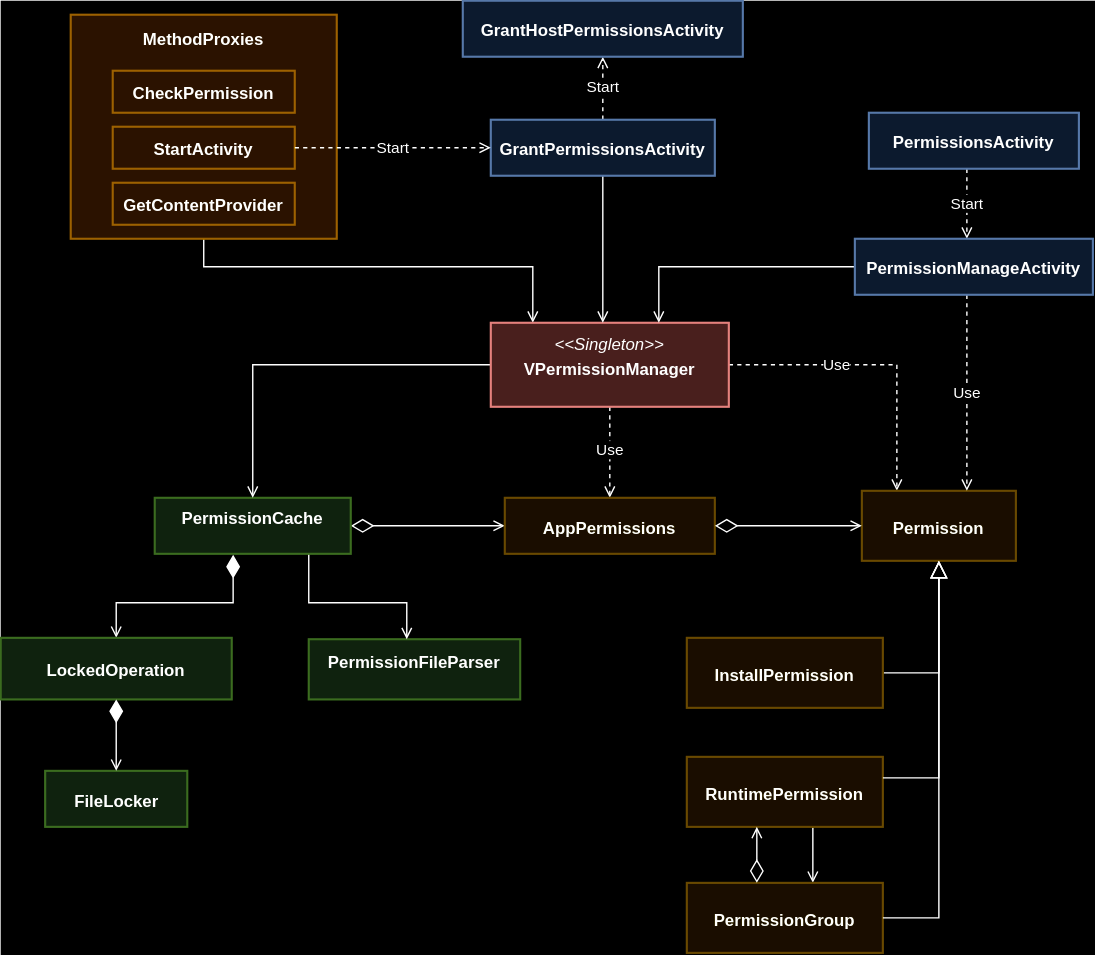
This is images/virtual-classes.svg from alberto-lazari/masters-thesis, a draw.io export, as it was before one commit. Source tidied: cells renumbered, new cells last; positions are measured from the earlier drawing's top-left corner, leaving out a move shared by most shapes.
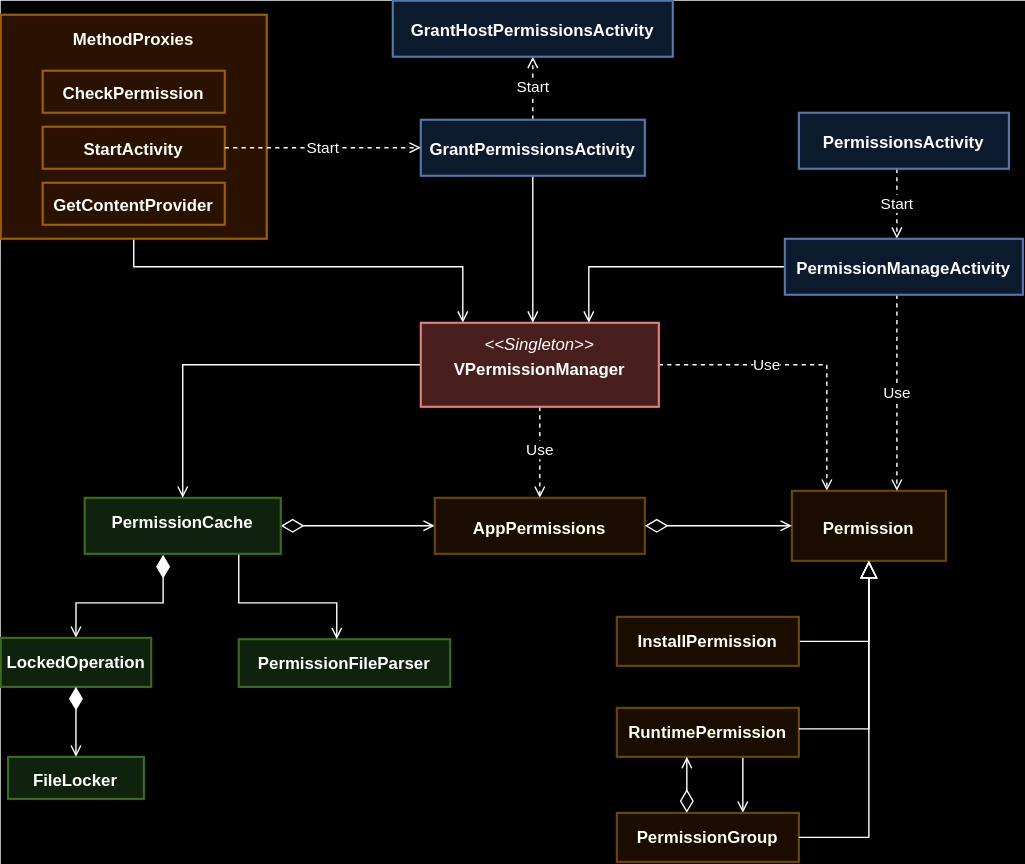
Above is the later version.

Commit message:
Smaller classes

Diff of the diagram source:
```diff
@@ -13,8 +13,8 @@
     <mxCell id="3" value="&lt;p style=&quot;margin: 4px 0px 0px;&quot;&gt;&lt;b&gt;MethodProxies&lt;/b&gt;&lt;/p&gt;" style="html=1;whiteSpace=wrap;strokeWidth=1.5;comic=0;strokeColor=#d79b00;align=center;verticalAlign=top;fontFamily=Helvetica;fontSize=12;fillColor=#ffe6cc;" parent="1" vertex="1">
       <mxGeometry x="50" y="10" width="190" height="160" as="geometry" />
     </mxCell>
-    <mxCell id="4" value="&lt;p style=&quot;margin: 4px 0px 0px;&quot;&gt;&lt;b&gt;PermissionFileParser&lt;/b&gt;&lt;/p&gt;&lt;p style=&quot;margin: 0px 0px 0px 4px;&quot;&gt;&lt;span style=&quot;caret-color: rgba(0, 0, 0, 0); color: rgba(0, 0, 0, 0); font-family: monospace; font-size: 0px; white-space: nowrap;&quot;&gt;3CmxGraphModel%3E%3Croot%3E%3CmxCell%20id%3D%220%22%2F%3E%3CmxCell%20id%3D%221%22%20parent%3D%220%22%2F%3E%3CmxCell%20id%3D%222%22%20value%3D%22%26lt%3Bp%20style%3D%26quot%3Bmargin%3A0px%3Bmargin-top%3A4px%3Btext-align%3Acenter%3B%26quot%3B%26gt%3B%26lt%3Bb%26gt%3BPermissionManagerServiceImpl%26lt%3B%2Fb%26gt%3B%26lt%3B%2Fp%26gt%3B%26lt%3Bhr%20size%3D%26quot%3B1%26quot%3B%20style%3D%26quot%3Bborder-style%3Asolid%3B%26quot%3B%26gt%3B%26lt%3Bp%20style%3D%26quot%3Bmargin%3A0px%3Bmargin-left%3A4px%3B%26quot%3B%26gt%3B%26lt%3Bbr%26gt%3B%26lt%3B%2Fp%26gt%3B%26lt%3Bhr%20size%3D%26quot%3B1%26quot%3B%20style%3D%26quot%3Bborder-style%3Asolid%3B%26quot%3B%26gt%3B%26lt%3Bp%20style%3D%26quot%3Bmargin%3A0px%3Bmargin-left%3A4px%3B%26quot%3B%26gt%3B%2B%20restorePermissionState()%26lt%3B%2Fp%26gt%3B%22%20style%3D%22verticalAlign%3Dtop%3Balign%3Dleft%3Boverflow%3Dfill%3Bhtml%3D1%3BwhiteSpace%3Dwrap%3B%22%20vertex%3D%221%22%20parent%3D%221%22%3E%3CmxGeometry%20x%3D%22460%22%20y%3D%22305%22%20width%3D%22200%22%20height%3D%2290%22%20as%3D%22geometry%22%2F%3E%3C%2FmxCell%3E%3C%2Froot%3E%3C%2FmxGraphModel%&lt;/span&gt;&lt;/p&gt;" style="html=1;whiteSpace=wrap;strokeWidth=1.5;comic=0;strokeColor=#82b366;align=center;verticalAlign=middle;fontFamily=Helvetica;fontSize=12;fillColor=#d5e8d4;" parent="1" vertex="1">
-      <mxGeometry x="220" y="456" width="151" height="43" as="geometry" />
+    <mxCell id="4" value="&lt;p style=&quot;margin: 4px 0px 0px;&quot;&gt;&lt;b&gt;PermissionFileParser&lt;/b&gt;&lt;/p&gt;&lt;p style=&quot;margin: 0px 0px 0px 4px;&quot;&gt;&lt;span style=&quot;caret-color: rgba(0, 0, 0, 0); color: rgba(0, 0, 0, 0); font-family: monospace; font-size: 0px; white-space: nowrap;&quot;&gt;3CmxGraphModel%3E%3Croot%3E%3CmxCell%20id%3D%220%22%2F%3E%3CmxCell%20id%3D%221%22%20parent%3D%220%22%2F%3E%3CmxCell%20id%3D%222%22%20value%3D%22%26lt%3Bp%20style%3D%26quot%3Bmargin%3A0px%3Bmargin-top%3A4px%3Btext-align%3Acenter%3B%26quot%3B%26gt%3B%26lt%3Bb%26gt%3BPermissionManagerServiceImpl%26lt%3B%2Fb%26gt%3B%26lt%3B%2Fp%26gt%3B%26lt%3Bhr%20size%3D%26quot%3B1%26quot%3B%20style%3D%26quot%3Bborder-style%3Asolid%3B%26quot%3B%26gt%3B%26lt%3Bp%20style%3D%26quot%3Bmargin%3A0px%3Bmargin-left%3A4px%3B%26quot%3B%26gt%3B%26lt%3Bbr%26gt%3B%26lt%3B%2Fp%26gt%3B%26lt%3Bhr%20size%3D%26quot%3B1%26quot%3B%20style%3D%26quot%3Bborder-style%3Asolid%3B%26quot%3B%26gt%3B%26lt%3Bp%20style%3D%26quot%3Bmargin%3A0px%3Bmargin-left%3A4px%3B%26quot%3B%26gt%3B%2B%20restorePermissionState()%26lt%3B%2Fp%26gt%3B%22%20style%3D%22verticalAlign%3Dtop%3Balign%3Dleft%3Boverflow%3Dfill%3Bhtml%3D1%3BwhiteSpace%3Dwrap%3B%22%20vertex%3D%221%22%20parent%3D%221%22%3E%3CmxGeometry%20x%3D%22460%22%20y%3D%22305%22%20width%3D%22200%22%20height%3D%2290%22%20as%3D%22geometry%22%2F%3E%3C%2FmxCell%3E%3C%2Froot%3E%3C%2FmxGraphModel%&lt;/span&gt;&lt;/p&gt;" style="html=1;whiteSpace=wrap;strokeWidth=1.5;comic=0;strokeColor=#82b366;align=center;verticalAlign=top;fontFamily=Helvetica;fontSize=12;fillColor=#d5e8d4;" parent="1" vertex="1">
+      <mxGeometry x="220" y="456" width="151" height="34" as="geometry" />
     </mxCell>
     <mxCell id="5" style="edgeStyle=orthogonalEdgeStyle;rounded=0;jettySize=auto;html=1;entryX=0.5;entryY=0;entryDx=0;entryDy=0;startArrow=diamondThin;startFill=1;endArrow=open;endFill=0;startSize=14;exitX=0.4;exitY=1.017;exitDx=0;exitDy=0;exitPerimeter=0;" parent="1" edge="1" source="8" target="13">
       <mxGeometry relative="1" as="geometry" />
@@ -30,7 +30,7 @@
     <mxCell id="7" style="edgeStyle=orthogonalEdgeStyle;rounded=0;jettySize=auto;html=1;entryX=0;entryY=0.5;entryDx=0;entryDy=0;endArrow=open;endFill=0;startArrow=diamondThin;startFill=0;startSize=14;" parent="1" edge="1" source="8" target="15">
       <mxGeometry relative="1" as="geometry" />
     </mxCell>
-    <mxCell id="8" value="&lt;p style=&quot;margin: 4px 0px 0px;&quot;&gt;&lt;b&gt;PermissionCache&lt;/b&gt;&lt;/p&gt;&lt;p style=&quot;margin: 0px 0px 0px 4px;&quot;&gt;&lt;span style=&quot;caret-color: rgba(0, 0, 0, 0); color: rgba(0, 0, 0, 0); font-family: monospace; font-size: 0px; white-space: nowrap;&quot;&gt;3CmxGraphModel%3E%3Croot%3E%3CmxCell%20id%3D%220%22%2F%3E%3CmxCell%20id%3D%221%22%20parent%3D%220%22%2F%3E%3CmxCell%20id%3D%222%22%20value%3D%22%26lt%3Bp%20style%3D%26quot%3Bmargin%3A0px%3Bmargin-top%3A4px%3Btext-align%3Acenter%3B%26quot%3B%26gt%3B%26lt%3Bb%26gt%3BPermissionManagerServiceImpl%26lt%3B%2Fb%26gt%3B%26lt%3B%2Fp%26gt%3B%26lt%3Bhr%20size%3D%26quot%3B1%26quot%3B%20style%3D%26quot%3Bborder-style%3Asolid%3B%26quot%3B%26gt%3B%26lt%3Bp%20style%3D%26quot%3Bmargin%3A0px%3Bmargin-left%3A4px%3B%26quot%3B%26gt%3B%26lt%3Bbr%26gt%3B%26lt%3B%2Fp%26gt%3B%26lt%3Bhr%20size%3D%26quot%3B1%26quot%3B%20style%3D%26quot%3Bborder-style%3Asolid%3B%26quot%3B%26gt%3B%26lt%3Bp%20style%3D%26quot%3Bmargin%3A0px%3Bmargin-left%3A4px%3B%26quot%3B%26gt%3B%2B%20restorePermissionState()%26lt%3B%2Fp%26gt%3B%22%20style%3D%22verticalAlign%3Dtop%3Balign%3Dleft%3Boverflow%3Dfill%3Bhtml%3D1%3BwhiteSpace%3Dwrap%3B%22%20vertex%3D%221%22%20parent%3D%221%22%3E%3CmxGeometry%20x%3D%22460%22%20y%3D%22305%22%20width%3D%22200%22%20height%3D%2290%22%20as%3D%22geometry%22%2F%3E%3C%2FmxCell%3E%3C%2Froot%3E%3C%2FmxGraphModel%&lt;/span&gt;&lt;/p&gt;" style="html=1;whiteSpace=wrap;strokeWidth=1.5;comic=0;strokeColor=#82b366;align=center;verticalAlign=middle;fontFamily=Helvetica;fontSize=12;fillColor=#d5e8d4;" parent="1" vertex="1">
+    <mxCell id="8" value="&lt;p style=&quot;margin: 4px 0px 0px;&quot;&gt;&lt;b&gt;PermissionCache&lt;/b&gt;&lt;/p&gt;&lt;p style=&quot;margin: 0px 0px 0px 4px;&quot;&gt;&lt;span style=&quot;caret-color: rgba(0, 0, 0, 0); color: rgba(0, 0, 0, 0); font-family: monospace; font-size: 0px; white-space: nowrap;&quot;&gt;3CmxGraphModel%3E%3Croot%3E%3CmxCell%20id%3D%220%22%2F%3E%3CmxCell%20id%3D%221%22%20parent%3D%220%22%2F%3E%3CmxCell%20id%3D%222%22%20value%3D%22%26lt%3Bp%20style%3D%26quot%3Bmargin%3A0px%3Bmargin-top%3A4px%3Btext-align%3Acenter%3B%26quot%3B%26gt%3B%26lt%3Bb%26gt%3BPermissionManagerServiceImpl%26lt%3B%2Fb%26gt%3B%26lt%3B%2Fp%26gt%3B%26lt%3Bhr%20size%3D%26quot%3B1%26quot%3B%20style%3D%26quot%3Bborder-style%3Asolid%3B%26quot%3B%26gt%3B%26lt%3Bp%20style%3D%26quot%3Bmargin%3A0px%3Bmargin-left%3A4px%3B%26quot%3B%26gt%3B%26lt%3Bbr%26gt%3B%26lt%3B%2Fp%26gt%3B%26lt%3Bhr%20size%3D%26quot%3B1%26quot%3B%20style%3D%26quot%3Bborder-style%3Asolid%3B%26quot%3B%26gt%3B%26lt%3Bp%20style%3D%26quot%3Bmargin%3A0px%3Bmargin-left%3A4px%3B%26quot%3B%26gt%3B%2B%20restorePermissionState()%26lt%3B%2Fp%26gt%3B%22%20style%3D%22verticalAlign%3Dtop%3Balign%3Dleft%3Boverflow%3Dfill%3Bhtml%3D1%3BwhiteSpace%3Dwrap%3B%22%20vertex%3D%221%22%20parent%3D%221%22%3E%3CmxGeometry%20x%3D%22460%22%20y%3D%22305%22%20width%3D%22200%22%20height%3D%2290%22%20as%3D%22geometry%22%2F%3E%3C%2FmxCell%3E%3C%2Froot%3E%3C%2FmxGraphModel%&lt;/span&gt;&lt;/p&gt;" style="html=1;whiteSpace=wrap;strokeWidth=1.5;comic=0;strokeColor=#82b366;align=center;verticalAlign=top;fontFamily=Helvetica;fontSize=12;fillColor=#d5e8d4;" parent="1" vertex="1">
       <mxGeometry x="110" y="355" width="140" height="40" as="geometry" />
     </mxCell>
     <mxCell id="9" style="edgeStyle=orthogonalEdgeStyle;rounded=0;jettySize=auto;html=1;endArrow=open;endFill=0;" parent="1" edge="1" source="12" target="8">
@@ -58,11 +58,11 @@
     <mxCell id="12" value="&lt;p style=&quot;margin: 4px 0px 0px;&quot;&gt;&lt;i&gt;&amp;lt;&amp;lt;Singleton&amp;gt;&amp;gt;&lt;/i&gt;&lt;/p&gt;&lt;p style=&quot;margin: 4px 0px 0px;&quot;&gt;&lt;b&gt;VPermissionManager&lt;/b&gt;&lt;/p&gt;&lt;p style=&quot;text-align: left; margin: 0px 0px 0px 4px;&quot;&gt;&lt;span style=&quot;caret-color: rgba(0, 0, 0, 0); color: rgba(0, 0, 0, 0); font-family: monospace; font-size: 0px; white-space: nowrap;&quot;&gt;%3CmxGraphModel%3E%3Croot%3E%3CmxCell%20id%3D%220%22%2F%3E%3CmxCell%20id%3D%221%22%20parent%3D%220%22%2F%3E%3CmxCell%20id%3D%222%22%20value%3D%22%26lt%3Bp%20style%3D%26quot%3Bmargin%3A0px%3Bmargin-top%3A4px%3Btext-align%3Acenter%3B%26quot%3B%26gt%3B%26lt%3Bb%26gt%3BPermissionManagerServiceImpl%26lt%3B%2Fb%26gt%3B%26lt%3B%2Fp%26gt%3B%26lt%3Bhr%20size%3D%26quot%3B1%26quot%3B%20style%3D%26quot%3Bborder-style%3Asolid%3B%26quot%3B%26gt%3B%26lt%3Bp%20style%3D%26quot%3Bmargin%3A0px%3Bmargin-left%3A4px%3B%26quot%3B%26gt%3B%26lt%3Bbr%26gt%3B%26lt%3B%2Fp%26gt%3B%26lt%3Bhr%20size%3D%26quot%3B1%26quot%3B%20style%3D%26quot%3Bborder-style%3Asolid%3B%26quot%3B%26gt%3B%26lt%3Bp%20style%3D%26quot%3Bmargin%3A0px%3Bmargin-left%3A4px%3B%26quot%3B%26gt%3B%2B%20restorePermissionState()%26lt%3B%2Fp%26gt%3B%22%20style%3D%22verticalAlign%3Dtop%3Balign%3Dleft%3Boverflow%3Dfill%3Bhtml%3D1%3BwhiteSpace%3Dwrap%3B%22%20vertex%3D%221%22%20parent%3D%221%22%3E%3CmxGeometry%20x%3D%22460%22%20y%3D%22305%22%20width%3D%22200%22%20height%3D%2290%22%20as%3D%22geometry%22%2F%3E%3C%2FmxCell%3E%3C%2Froot%3E%3C%2FmxGraphModel%&lt;/span&gt;&lt;/p&gt;" style="html=1;whiteSpace=wrap;strokeWidth=1.5;comic=0;strokeColor=#b85450;align=center;verticalAlign=middle;fontFamily=Helvetica;fontSize=12;fillColor=#f8cecc;" parent="1" vertex="1">
       <mxGeometry x="350" y="230" width="170" height="60" as="geometry" />
     </mxCell>
-    <mxCell id="13" value="&lt;p style=&quot;margin: 4px 0px 0px;&quot;&gt;&lt;b&gt;LockedOperation&lt;/b&gt;&lt;/p&gt;" style="html=1;whiteSpace=wrap;strokeWidth=1.5;comic=0;strokeColor=#82b366;align=center;verticalAlign=middle;fontFamily=Helvetica;fontSize=12;fillColor=#d5e8d4;" parent="1" vertex="1">
-      <mxGeometry y="455" width="165" height="44" as="geometry" />
+    <mxCell id="13" value="&lt;p style=&quot;margin: 4px 0px 0px;&quot;&gt;&lt;b&gt;LockedOperation&lt;/b&gt;&lt;/p&gt;" style="html=1;whiteSpace=wrap;strokeWidth=1.5;comic=0;strokeColor=#82b366;align=center;verticalAlign=top;fontFamily=Helvetica;fontSize=12;fillColor=#d5e8d4;" parent="1" vertex="1">
+      <mxGeometry x="50" y="455" width="107.5" height="35" as="geometry" />
     </mxCell>
     <mxCell id="14" value="&lt;p style=&quot;margin: 4px 0px 0px;&quot;&gt;&lt;b&gt;FileLocker&lt;/b&gt;&lt;/p&gt;" style="html=1;whiteSpace=wrap;strokeWidth=1.5;comic=0;strokeColor=#82b366;align=center;verticalAlign=middle;fontFamily=Helvetica;fontSize=12;fillColor=#d5e8d4;" parent="1" vertex="1">
-      <mxGeometry x="31.8" y="550" width="101.5" height="40" as="geometry" />
+      <mxGeometry x="55.2" y="540" width="97" height="30" as="geometry" />
     </mxCell>
     <mxCell id="15" value="&lt;p style=&quot;margin: 4px 0px 0px;&quot;&gt;&lt;b&gt;AppPermissions&lt;/b&gt;&lt;/p&gt;" style="html=1;whiteSpace=wrap;strokeWidth=1.5;comic=0;strokeColor=#d6b656;align=center;verticalAlign=middle;fontFamily=Helvetica;fontSize=12;fillColor=#fff2cc;" parent="1" vertex="1">
       <mxGeometry x="360" y="355" width="150" height="40" as="geometry" />
@@ -73,26 +73,26 @@
     <mxCell id="17" style="edgeStyle=orthogonalEdgeStyle;rounded=0;jettySize=auto;html=1;endArrow=block;endFill=0;endSize=10;" parent="1" edge="1" source="18" target="16">
       <mxGeometry relative="1" as="geometry">
         <Array as="points">
-          <mxPoint x="670" y="480" />
+          <mxPoint x="670" y="458" />
         </Array>
       </mxGeometry>
     </mxCell>
-    <mxCell id="18" value="&lt;p style=&quot;margin: 4px 0px 0px;&quot;&gt;&lt;b&gt;InstallPermission&lt;/b&gt;&lt;/p&gt;" style="html=1;whiteSpace=wrap;strokeWidth=1.5;comic=0;strokeColor=#d6b656;align=center;verticalAlign=middle;fontFamily=Helvetica;fontSize=12;fillColor=#fff2cc;" parent="1" vertex="1">
-      <mxGeometry x="490" y="455" width="140" height="50" as="geometry" />
+    <mxCell id="18" value="&lt;p style=&quot;margin: 4px 0px 0px;&quot;&gt;&lt;b&gt;InstallPermission&lt;/b&gt;&lt;/p&gt;" style="html=1;whiteSpace=wrap;strokeWidth=1.5;comic=0;strokeColor=#d6b656;align=center;verticalAlign=top;fontFamily=Helvetica;fontSize=12;fillColor=#fff2cc;" parent="1" vertex="1">
+      <mxGeometry x="490" y="440" width="130" height="35" as="geometry" />
     </mxCell>
     <mxCell id="19" style="edgeStyle=orthogonalEdgeStyle;rounded=0;jettySize=auto;html=1;endArrow=open;endFill=0;" parent="1" edge="1" source="20" target="21">
       <mxGeometry relative="1" as="geometry">
         <Array as="points">
-          <mxPoint x="580" y="600" />
-          <mxPoint x="580" y="600" />
+          <mxPoint x="580" y="565" />
+          <mxPoint x="580" y="565" />
         </Array>
       </mxGeometry>
     </mxCell>
-    <mxCell id="20" value="&lt;p style=&quot;margin: 4px 0px 0px;&quot;&gt;&lt;b&gt;RuntimePermission&lt;/b&gt;&lt;/p&gt;" style="html=1;whiteSpace=wrap;strokeWidth=1.5;comic=0;strokeColor=#d6b656;align=center;verticalAlign=middle;fontFamily=Helvetica;fontSize=12;fillColor=#fff2cc;" parent="1" vertex="1">
-      <mxGeometry x="490" y="540" width="140" height="50" as="geometry" />
+    <mxCell id="20" value="&lt;p style=&quot;margin: 4px 0px 0px;&quot;&gt;&lt;b&gt;RuntimePermission&lt;/b&gt;&lt;/p&gt;" style="html=1;whiteSpace=wrap;strokeWidth=1.5;comic=0;strokeColor=#d6b656;align=center;verticalAlign=top;fontFamily=Helvetica;fontSize=12;fillColor=#fff2cc;" parent="1" vertex="1">
+      <mxGeometry x="490" y="505" width="130" height="35" as="geometry" />
     </mxCell>
-    <mxCell id="21" value="&lt;p style=&quot;margin: 4px 0px 0px;&quot;&gt;&lt;b&gt;PermissionGroup&lt;/b&gt;&lt;/p&gt;" style="html=1;whiteSpace=wrap;strokeWidth=1.5;comic=0;strokeColor=#d6b656;align=center;verticalAlign=middle;fontFamily=Helvetica;fontSize=12;fillColor=#fff2cc;" parent="1" vertex="1">
-      <mxGeometry x="490" y="630" width="140" height="50" as="geometry" />
+    <mxCell id="21" value="&lt;p style=&quot;margin: 4px 0px 0px;&quot;&gt;&lt;b&gt;PermissionGroup&lt;/b&gt;&lt;/p&gt;" style="html=1;whiteSpace=wrap;strokeWidth=1.5;comic=0;strokeColor=#d6b656;align=center;verticalAlign=top;fontFamily=Helvetica;fontSize=12;fillColor=#fff2cc;" parent="1" vertex="1">
+      <mxGeometry x="490" y="580" width="130" height="35" as="geometry" />
     </mxCell>
     <mxCell id="22" style="edgeStyle=orthogonalEdgeStyle;rounded=0;jettySize=auto;html=1;startArrow=diamondThin;startFill=1;endArrow=open;endFill=0;startSize=14;exitX=0.5;exitY=1;exitDx=0;exitDy=0;entryX=0.5;entryY=0;entryDx=0;entryDy=0;" parent="1" edge="1" source="13" target="14">
       <mxGeometry relative="1" as="geometry" />
@@ -103,22 +103,22 @@
     <mxCell id="24" style="edgeStyle=orthogonalEdgeStyle;rounded=0;jettySize=auto;html=1;endArrow=block;endFill=0;endSize=10;" parent="1" edge="1" source="20" target="16">
       <mxGeometry relative="1" as="geometry">
         <Array as="points">
-          <mxPoint x="670" y="555" />
+          <mxPoint x="670" y="520" />
         </Array>
       </mxGeometry>
     </mxCell>
     <mxCell id="25" style="edgeStyle=orthogonalEdgeStyle;rounded=0;jettySize=auto;html=1;endArrow=block;endFill=0;endSize=10;" parent="1" edge="1" source="21" target="16">
       <mxGeometry relative="1" as="geometry">
         <Array as="points">
-          <mxPoint x="670" y="655" />
+          <mxPoint x="670" y="598" />
         </Array>
       </mxGeometry>
     </mxCell>
     <mxCell id="26" style="edgeStyle=orthogonalEdgeStyle;rounded=0;jettySize=auto;html=1;endArrow=open;endFill=0;startArrow=diamondThin;startFill=0;startSize=14;" parent="1" edge="1" source="21" target="20">
       <mxGeometry relative="1" as="geometry">
         <Array as="points">
-          <mxPoint x="540" y="600" />
-          <mxPoint x="540" y="600" />
+          <mxPoint x="540" y="565" />
+          <mxPoint x="540" y="565" />
         </Array>
       </mxGeometry>
     </mxCell>
```
